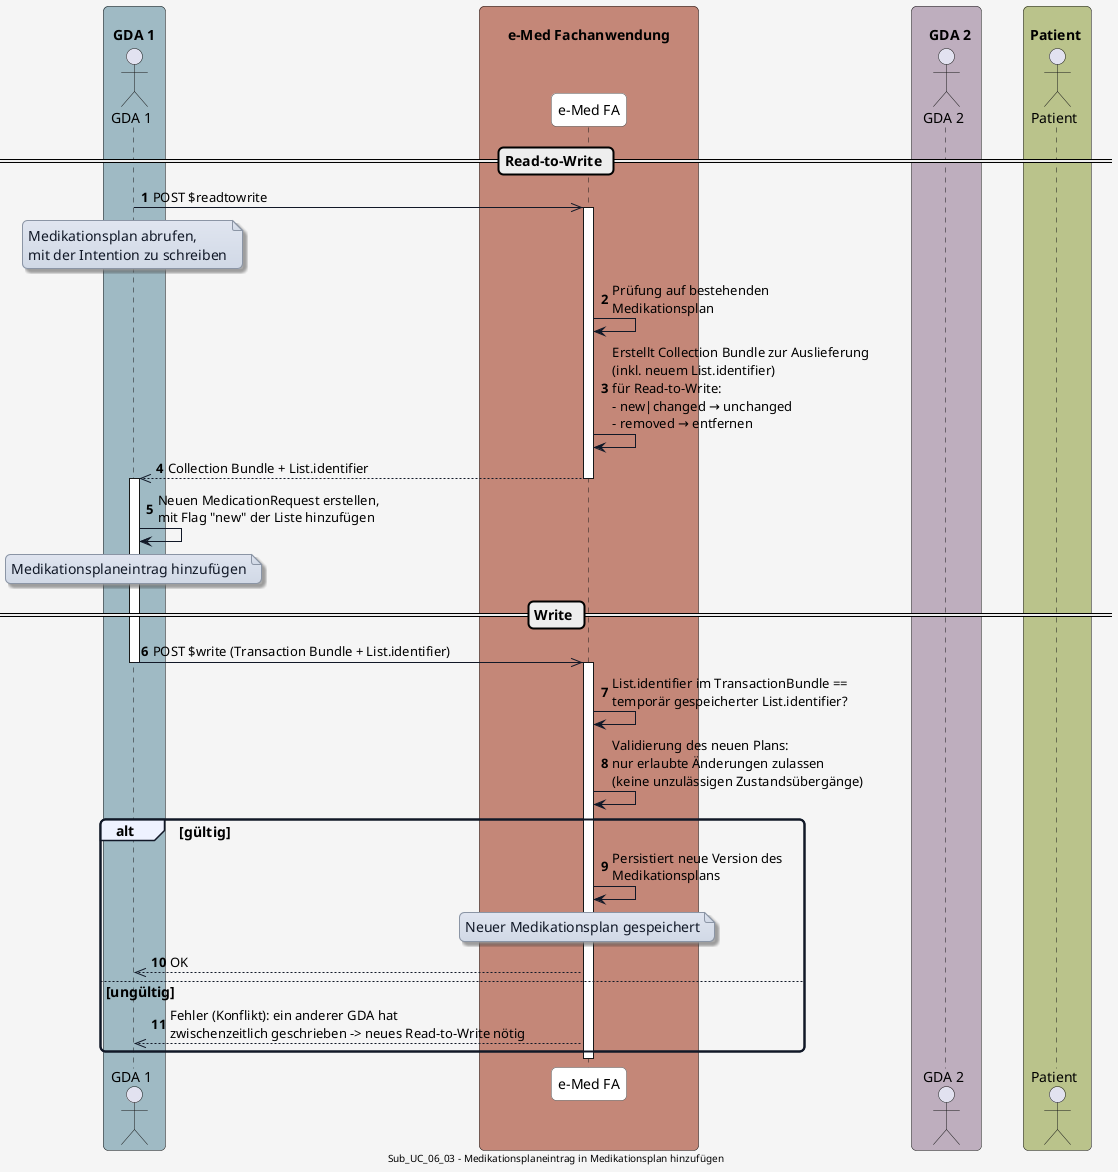
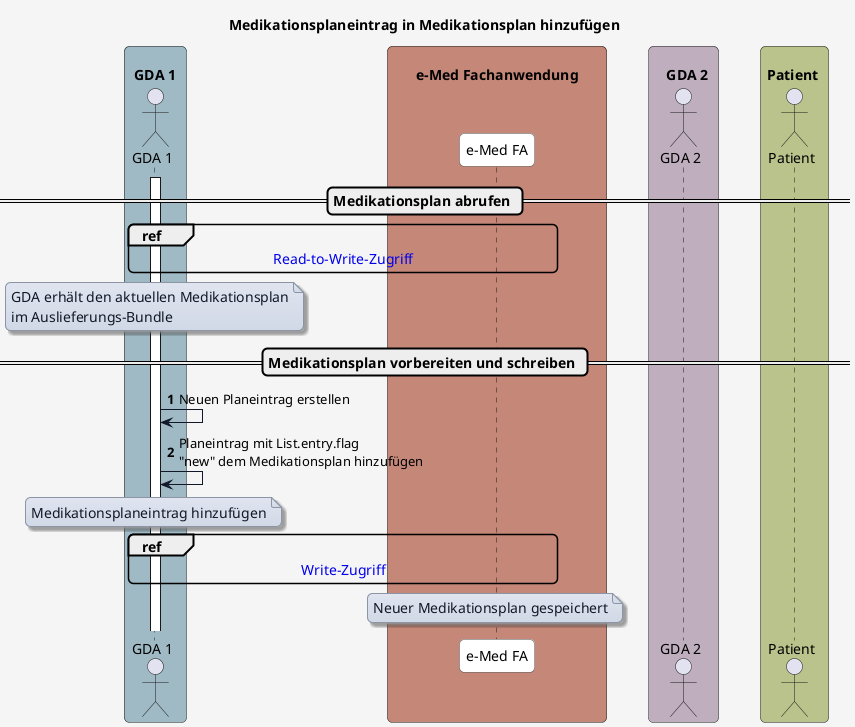
@startuml
+ title Medikationsplaneintrag in Medikationsplan hinzufügen
skinparam borderColor #000000
skinparam backgroundColor #f5f5f5
skinparam shadowing false
skinparam roundCorner 10
skinparam defaultFontName "Arial"
skinparam defaultFontSize 14
skinparam defaultFontColor #000000

skinparam note {
  BackgroundColor #e0e5f0-#d1d9e6
  BorderColor #8b95a5
  BorderThickness 1
  RoundCorner 8
  Padding 6
  FontColor #111827
  Shadowing true
}

skinparam HyperlinkColor #0000EE
skinparam HyperlinkUnderline false

skinparam sequence {
  ParticipantBorderColor #555555
  ParticipantBackgroundColor #ffffff
  ParticipantFontColor #000000
  ParticipantFontSize 14
  ParticipantPadding 20
  ArrowColor #111827
  ArrowThickness 1
  ArrowFontColor #000000
  ArrowFontSize 13
  GroupBorderColor #111827
  GroupBackgroundColor #eef2ff
  GroupBorderThickness 2
}

skinparam BoxPadding 20
skinparam BoxBorderColor #555555

box "\n  GDA 1  " #9fbac4
  actor GDA_1 as "GDA 1"
end box

box "\n       e-Med Fachanwendung       " #C48778
  participant eMed_FA as "e-Med FA"
end box

box "\n    GDA 2  " #beaebe
  actor GDA_2 as "GDA 2"
end box

box "\n Patient  " #bac38b
  actor Patient as "Patient"
end box


autonumber


- == Read-to-Write ==
+ == Medikationsplan abrufen ==

- GDA_1 ->> eMed_FA: POST $readtowrite
+ activate GDA_1
+ 
+ ref over GDA_1, eMed_FA : [[interactions.html#sequenzdiagramm-read-to-write-zugriff Read-to-Write-Zugriff]]
+ 
note over GDA_1
- Medikationsplan abrufen,
- mit der Intention zu schreiben
+ GDA erhält den aktuellen Medikationsplan
+ im Auslieferungs-Bundle
end note

- activate eMed_FA
- eMed_FA -> eMed_FA: Prüfung auf bestehenden\nMedikationsplan
- eMed_FA -> eMed_FA: Erstellt Collection Bundle zur Auslieferung\n(inkl. neuem List.identifier)\nfür Read-to-Write:\n- new|changed → unchanged\n- removed → entfernen
+ == Medikationsplan vorbereiten und schreiben ==

- eMed_FA -->> GDA_1: Collection Bundle + List.identifier
- deactivate eMed_FA
- 
- activate GDA_1
- GDA_1 -> GDA_1: Neuen MedicationRequest erstellen,\nmit Flag "new" der Liste hinzufügen
+ GDA_1 -> GDA_1: Neuen Planeintrag erstellen
+ GDA_1 -> GDA_1: Planeintrag mit List.entry.flag\n"new" dem Medikationsplan hinzufügen

note over GDA_1
Medikationsplaneintrag hinzufügen
end note

- == Write ==
+ ref over GDA_1, eMed_FA : [[interactions.html#write-zugriff Write-Zugriff]]

- GDA_1 ->> eMed_FA: POST $write (Transaction Bundle + List.identifier)
- deactivate GDA_1
- 
- 
- activate eMed_FA
- eMed_FA -> eMed_FA: List.identifier im TransactionBundle ==\ntemporär gespeicherter List.identifier?
- eMed_FA -> eMed_FA: Validierung des neuen Plans:\nnur erlaubte Änderungen zulassen\n(keine unzulässigen Zustandsübergänge)
- 
- alt gültig
-   eMed_FA -> eMed_FA: Persistiert neue Version des\nMedikationsplans
- 
-   note over eMed_FA
-   Neuer Medikationsplan gespeichert
-   end note
- 
-   eMed_FA -->> GDA_1: OK
- else ungültig
-   eMed_FA -->> GDA_1: Fehler (Konflikt): ein anderer GDA hat\nzwischenzeitlich geschrieben -> neues Read-to-Write nötig
- end
- deactivate eMed_FA
- 
- center footer Sub_UC_06_03 - Medikationsplaneintrag in Medikationsplan hinzufügen
+ note over eMed_FA
+ Neuer Medikationsplan gespeichert
+ end note

@enduml